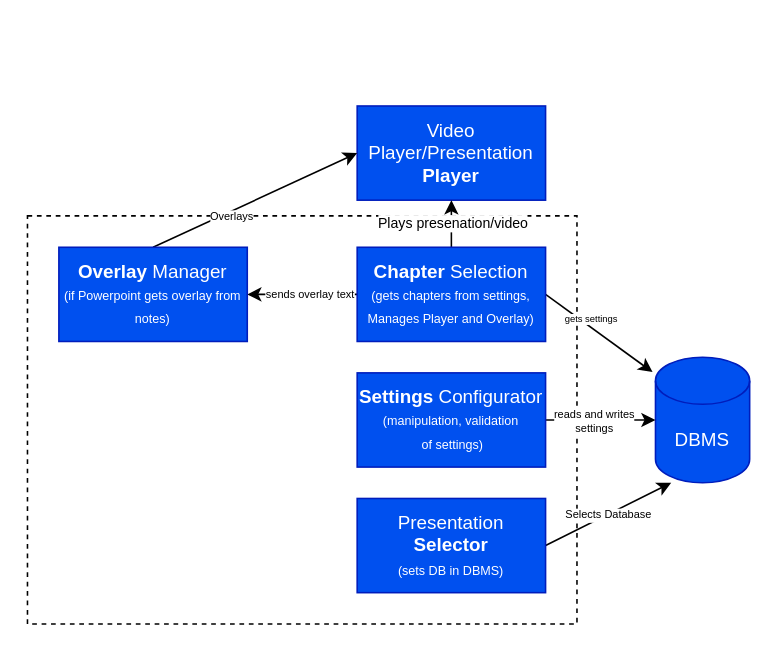
This is docs/architecture/images/Level3.drawio from Dirkforthree/project04private, a draw.io file, before an edit. Source tidied: cells renumbered, new cells numbered last; positions are measured from the earlier drawing's top-left corner, leaving out a move shared by most shapes. Both pictures are drawn from the tidied source at 157%, with x=0, y=0 at pixel (27, 105).
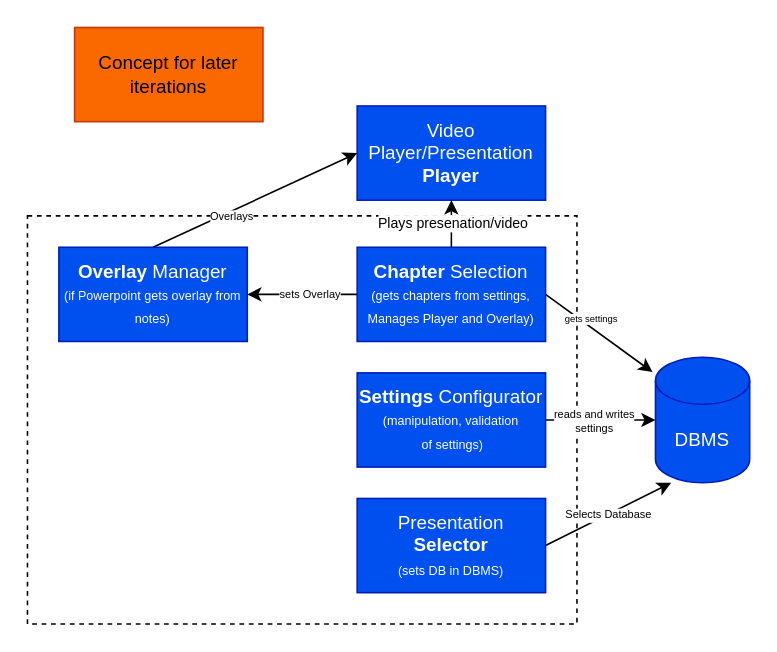
After the change.

Unchanged cells that the change refers to:
```xml
<mxCell id="15" style="edgeStyle=none;html=1;exitX=0;exitY=0.5;exitDx=0;exitDy=0;entryX=1;entryY=0.5;entryDx=0;entryDy=0;fontSize=7;" parent="1" edge="1" source="17" target="20">
  <mxGeometry relative="1" as="geometry" />
</mxCell>
```

What changed in the source:
```diff
@@
-    <mxCell id="16" value="sends overlay text" style="edgeLabel;html=1;align=center;verticalAlign=middle;fontSize=7;" parent="15" vertex="1">
+    <mxCell id="16" value="sets Overlay" style="edgeLabel;html=1;align=center;verticalAlign=middle;fontSize=7;" parent="15" vertex="1">
       <mxGeometry x="-0.22" relative="1" as="geometry">
         <mxPoint x="-4" as="offset" />
       </mxGeometry>
     </mxCell>
@@
+    <mxCell id="21" value="Concept for later iterations" style="rounded=0;whiteSpace=wrap;html=1;fillColor=#fa6800;fontColor=#000000;strokeColor=#C73500;" parent="1" vertex="1">
+      <mxGeometry x="30" y="-50" width="120" height="60" as="geometry" />
+    </mxCell>
```
